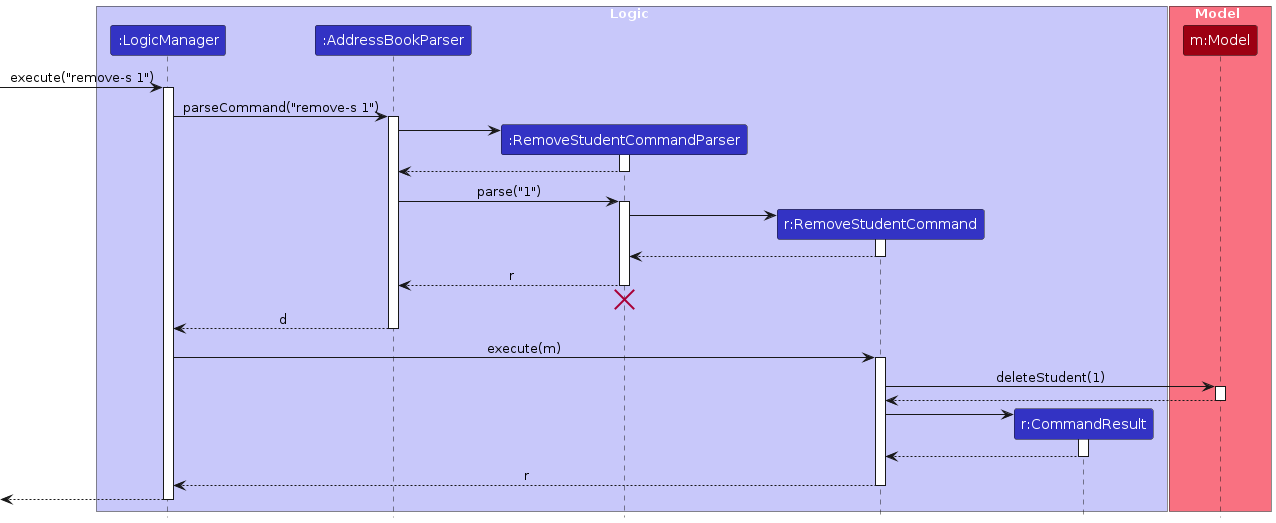
Before: diagrams/DeleteSequenceDiagram.png, a diagram exported from PlantUML (AY2627S1-CS2103T-T15-3/tp). Its source is kept beside it as diagrams/DeleteSequenceDiagram.puml.
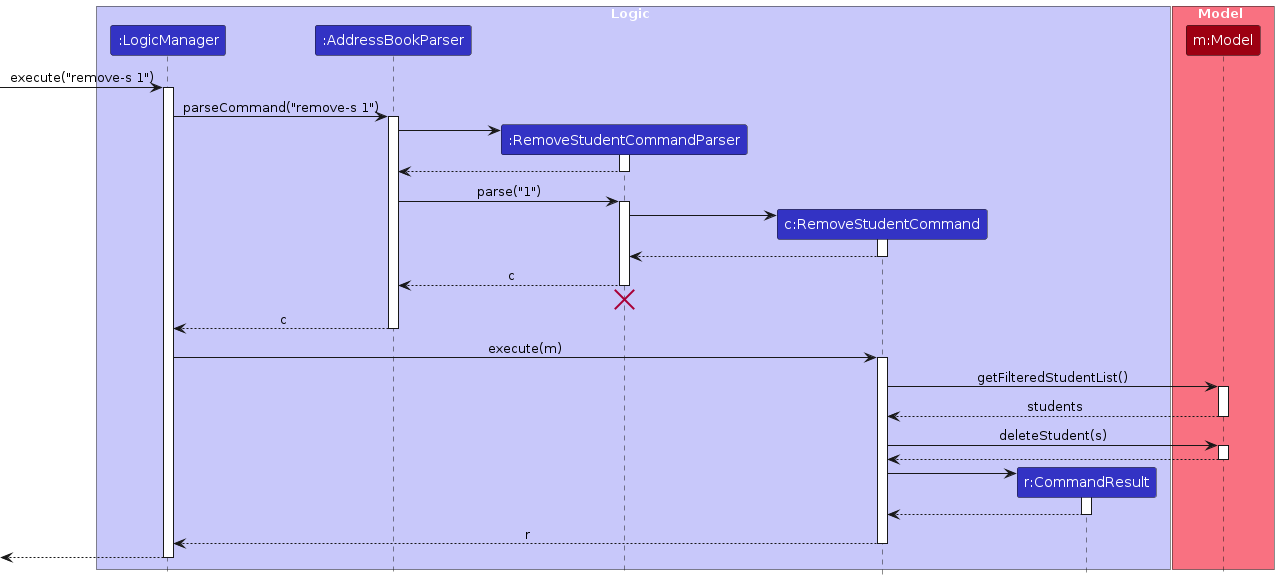
Later version of the same file.

Diff of the diagram source:
```diff
@@ -6,7 +6,7 @@
 participant ":LogicManager" as LogicManager LOGIC_COLOR
 participant ":AddressBookParser" as AddressBookParser LOGIC_COLOR
 participant ":RemoveStudentCommandParser" as RemoveStudentCommandParser LOGIC_COLOR
-participant "r:RemoveStudentCommand" as RemoveStudentCommand LOGIC_COLOR
+participant "c:RemoveStudentCommand" as RemoveStudentCommand LOGIC_COLOR
 participant "r:CommandResult" as CommandResult LOGIC_COLOR
 end box
 
@@ -37,18 +37,23 @@
 RemoveStudentCommand --> RemoveStudentCommandParser :
 deactivate RemoveStudentCommand
 
-RemoveStudentCommandParser --> AddressBookParser : r
+RemoveStudentCommandParser --> AddressBookParser : c
 deactivate RemoveStudentCommandParser
 RemoveStudentCommandParser -[hidden]-> AddressBookParser
 destroy RemoveStudentCommandParser
 
-AddressBookParser --> LogicManager : d
+AddressBookParser --> LogicManager : c
 deactivate AddressBookParser
 
 LogicManager -> RemoveStudentCommand : execute(m)
 activate RemoveStudentCommand
 
-RemoveStudentCommand -> Model : deleteStudent(1)
+RemoveStudentCommand -> Model : getFilteredStudentList()
+activate Model
+Model --> RemoveStudentCommand : students
+deactivate Model
+
+RemoveStudentCommand -> Model : deleteStudent(s)
 activate Model
 
 Model --> RemoveStudentCommand
```
